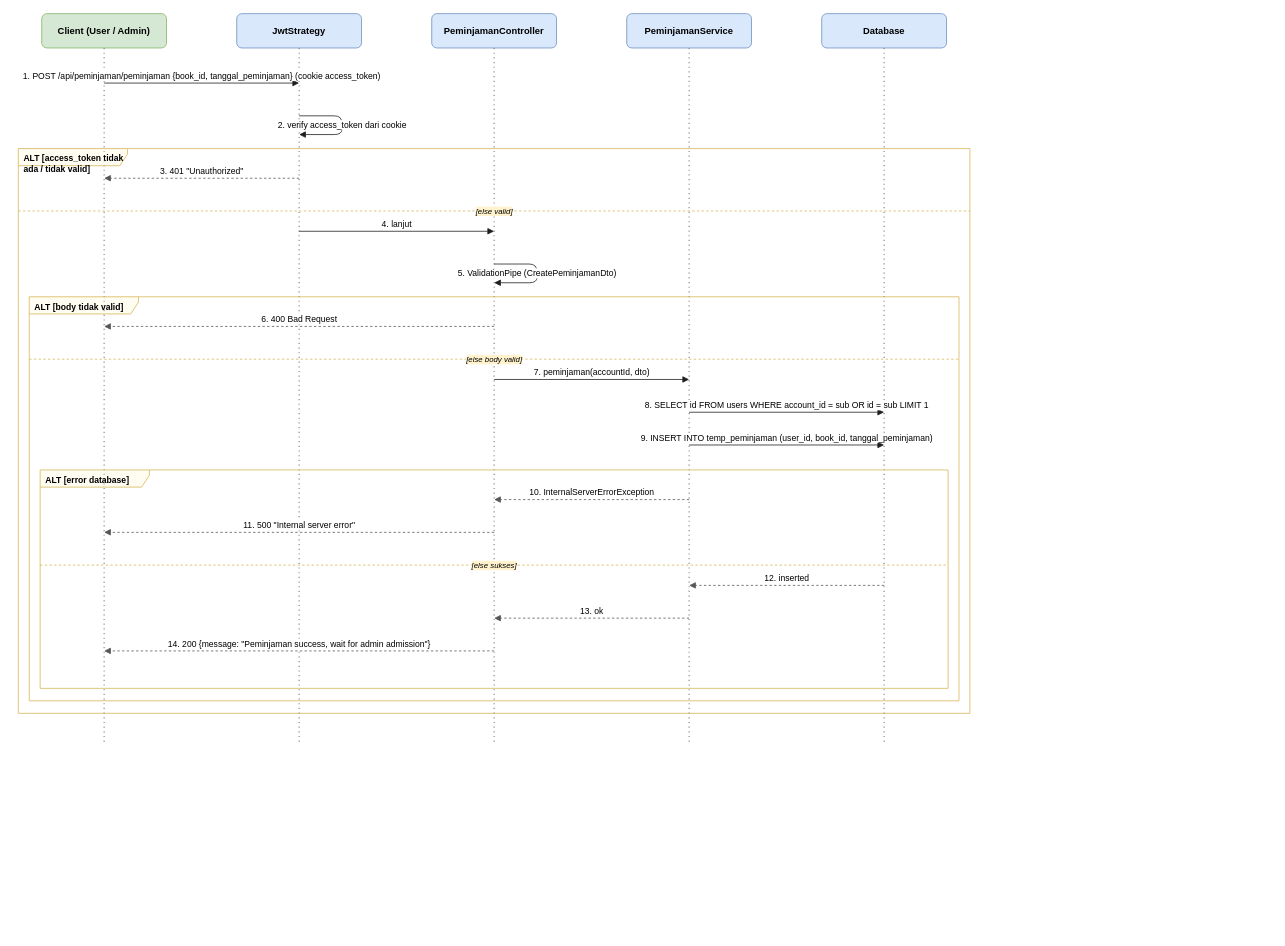
Above: docs/diagrams/sequence/sequence-peminjaman.drawio in dimstyle/ruang-baca (draw.io), before the change. Source tidied: cells renumbered, new cells numbered last; positions are measured from the earlier drawing's top-left corner, leaving out a move shared by most shapes. Both pictures are drawn from the tidied source at 78%, with x=0, y=0 at pixel (18, 13).
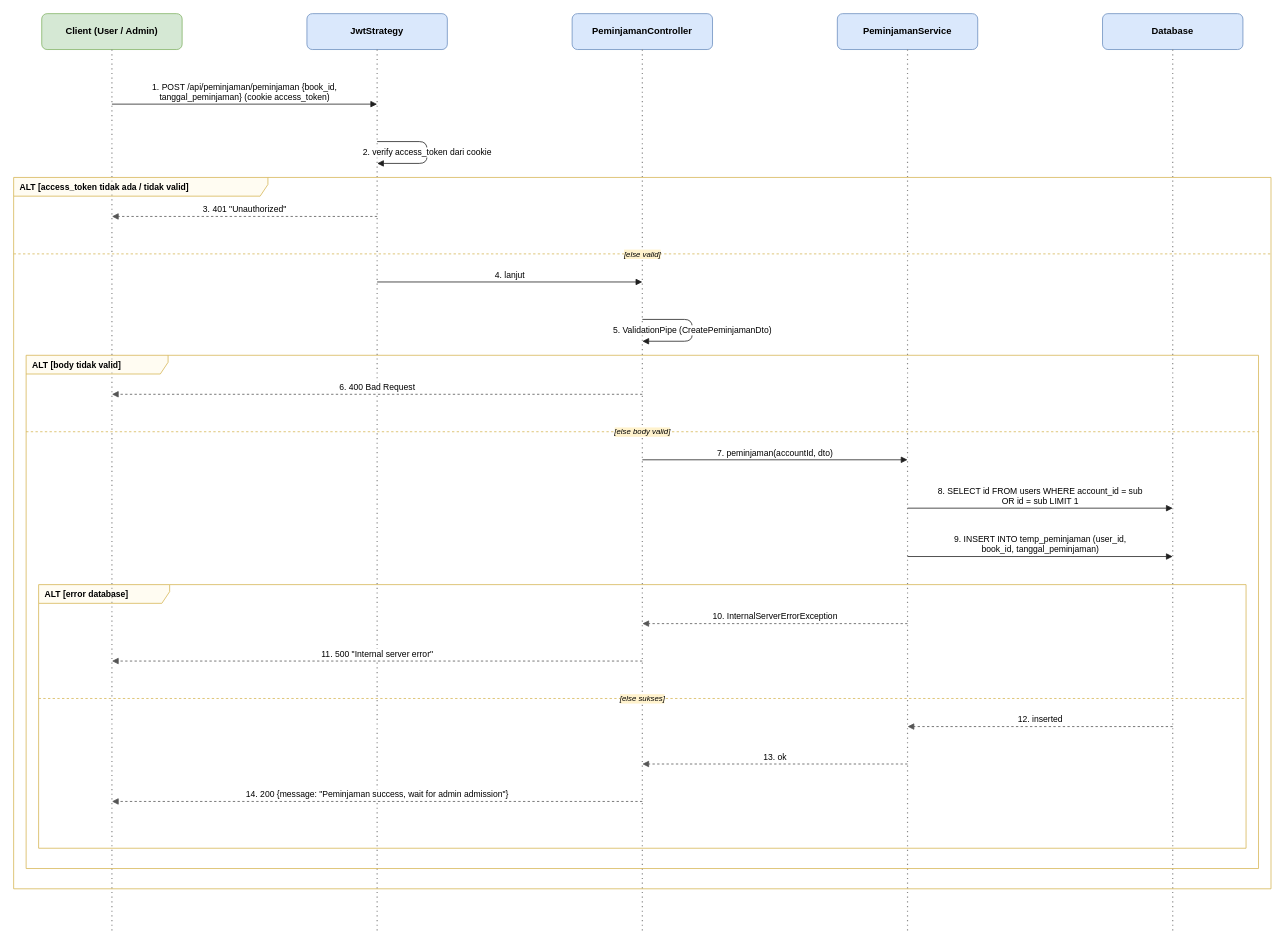
Above is the later version.

Diff of the diagram source:
```diff
@@
     <mxCell id="2" value="Client (User / Admin)" style="rounded=1;whiteSpace=wrap;html=1;fillColor=#d5e8d4;strokeColor=#82b366;fontStyle=1;fontSize=12;" parent="1" vertex="1">
-      <mxGeometry x="30" width="160" height="44" as="geometry" />
+      <mxGeometry x="30" width="180" height="46" as="geometry" />
     </mxCell>
     <mxCell id="3" style="endArrow=none;dashed=1;html=1;dashPattern=1 3;strokeWidth=1.5;strokeColor=#888888;" parent="1" edge="1">
       <mxGeometry relative="1" as="geometry">
-        <mxPoint x="110" y="44" as="sourcePoint" />
-        <mxPoint x="110" y="937" as="targetPoint" />
+        <mxPoint x="120" y="46" as="sourcePoint" />
+        <mxPoint x="120" y="1176" as="targetPoint" />
       </mxGeometry>
     </mxCell>
     <mxCell id="4" value="JwtStrategy" style="rounded=1;whiteSpace=wrap;html=1;fillColor=#dae8fc;strokeColor=#6c8ebf;fontStyle=1;fontSize=12;" parent="1" vertex="1">
-      <mxGeometry x="280" width="160" height="44" as="geometry" />
+      <mxGeometry x="370" width="180" height="46" as="geometry" />
     </mxCell>
     <mxCell id="5" style="endArrow=none;dashed=1;html=1;dashPattern=1 3;strokeWidth=1.5;strokeColor=#888888;" parent="1" edge="1">
       <mxGeometry relative="1" as="geometry">
-        <mxPoint x="360" y="44" as="sourcePoint" />
-        <mxPoint x="360" y="937" as="targetPoint" />
+        <mxPoint x="460" y="46" as="sourcePoint" />
+        <mxPoint x="460" y="1176" as="targetPoint" />
       </mxGeometry>
     </mxCell>
     <mxCell id="6" value="PeminjamanController" style="rounded=1;whiteSpace=wrap;html=1;fillColor=#dae8fc;strokeColor=#6c8ebf;fontStyle=1;fontSize=12;" parent="1" vertex="1">
-      <mxGeometry x="530" width="160" height="44" as="geometry" />
+      <mxGeometry x="710" width="180" height="46" as="geometry" />
     </mxCell>
     <mxCell id="7" style="endArrow=none;dashed=1;html=1;dashPattern=1 3;strokeWidth=1.5;strokeColor=#888888;" parent="1" edge="1">
       <mxGeometry relative="1" as="geometry">
-        <mxPoint x="610" y="44" as="sourcePoint" />
-        <mxPoint x="610" y="937" as="targetPoint" />
+        <mxPoint x="800" y="46" as="sourcePoint" />
+        <mxPoint x="800" y="1176" as="targetPoint" />
       </mxGeometry>
     </mxCell>
     <mxCell id="8" value="PeminjamanService" style="rounded=1;whiteSpace=wrap;html=1;fillColor=#dae8fc;strokeColor=#6c8ebf;fontStyle=1;fontSize=12;" parent="1" vertex="1">
-      <mxGeometry x="780" width="160" height="44" as="geometry" />
+      <mxGeometry x="1050" width="180" height="46" as="geometry" />
     </mxCell>
     <mxCell id="9" style="endArrow=none;dashed=1;html=1;dashPattern=1 3;strokeWidth=1.5;strokeColor=#888888;" parent="1" edge="1">
       <mxGeometry relative="1" as="geometry">
-        <mxPoint x="860" y="44" as="sourcePoint" />
-        <mxPoint x="860" y="937" as="targetPoint" />
+        <mxPoint x="1140" y="46" as="sourcePoint" />
+        <mxPoint x="1140" y="1176" as="targetPoint" />
       </mxGeometry>
     </mxCell>
     <mxCell id="10" value="Database" style="rounded=1;whiteSpace=wrap;html=1;fillColor=#dae8fc;strokeColor=#6c8ebf;fontStyle=1;fontSize=12;" parent="1" vertex="1">
-      <mxGeometry x="1030" width="160" height="44" as="geometry" />
+      <mxGeometry x="1390" width="180" height="46" as="geometry" />
     </mxCell>
     <mxCell id="11" style="endArrow=none;dashed=1;html=1;dashPattern=1 3;strokeWidth=1.5;strokeColor=#888888;" parent="1" edge="1">
       <mxGeometry relative="1" as="geometry">
-        <mxPoint x="1110" y="44" as="sourcePoint" />
-        <mxPoint x="1110" y="937" as="targetPoint" />
+        <mxPoint x="1480" y="46" as="sourcePoint" />
+        <mxPoint x="1480" y="1176" as="targetPoint" />
       </mxGeometry>
     </mxCell>
-    <mxCell id="12" value="ALT [error database]" style="shape=umlFrame;whiteSpace=wrap;html=1;width=140;height=22;boundedLbl=1;verticalAlign=top;align=left;spacingLeft=5;fillColor=#fff2cc;strokeColor=#d6b656;fillOpacity=25;fontSize=11;fontStyle=1;" parent="1" vertex="1">
-      <mxGeometry x="28" y="585" width="1164" height="280" as="geometry" />
+    <mxCell id="12" value="ALT [error database]" style="shape=umlFrame;whiteSpace=wrap;html=1;width=168;height=24;boundedLbl=1;verticalAlign=top;align=left;spacingLeft=6;fillColor=#fff2cc;strokeColor=#d6b656;fillOpacity=25;fontSize=11;fontStyle=1;" parent="1" vertex="1">
+      <mxGeometry x="26" y="732" width="1548" height="338" as="geometry" />
     </mxCell>
     <mxCell id="13" value="[else sukses]" style="endArrow=none;dashed=1;html=1;strokeColor=#d6b656;labelBackgroundColor=#fff2cc;fontSize=10;fontStyle=2;" parent="1" edge="1">
       <mxGeometry relative="1" as="geometry">
-        <mxPoint x="28" y="707" as="sourcePoint" />
-        <mxPoint x="1192" y="707" as="targetPoint" />
+        <mxPoint x="26" y="878" as="sourcePoint" />
+        <mxPoint x="1574" y="878" as="targetPoint" />
       </mxGeometry>
     </mxCell>
-    <mxCell id="14" value="ALT [body tidak valid]" style="shape=umlFrame;whiteSpace=wrap;html=1;width=140;height=22;boundedLbl=1;verticalAlign=top;align=left;spacingLeft=5;fillColor=#fff2cc;strokeColor=#d6b656;fillOpacity=25;fontSize=11;fontStyle=1;" parent="1" vertex="1">
-      <mxGeometry x="14" y="363" width="1192" height="518" as="geometry" />
+    <mxCell id="14" value="ALT [body tidak valid]" style="shape=umlFrame;whiteSpace=wrap;html=1;width=182;height=24;boundedLbl=1;verticalAlign=top;align=left;spacingLeft=6;fillColor=#fff2cc;strokeColor=#d6b656;fillOpacity=25;fontSize=11;fontStyle=1;" parent="1" vertex="1">
+      <mxGeometry x="10" y="438" width="1580" height="658" as="geometry" />
     </mxCell>
     <mxCell id="15" value="[else body valid]" style="endArrow=none;dashed=1;html=1;strokeColor=#d6b656;labelBackgroundColor=#fff2cc;fontSize=10;fontStyle=2;" parent="1" edge="1">
       <mxGeometry relative="1" as="geometry">
-        <mxPoint x="14" y="443" as="sourcePoint" />
-        <mxPoint x="1206" y="443" as="targetPoint" />
+        <mxPoint x="10" y="536" as="sourcePoint" />
+        <mxPoint x="1590" y="536" as="targetPoint" />
       </mxGeometry>
     </mxCell>
-    <mxCell id="16" value="ALT [access_token tidak ada / tidak valid]" style="shape=umlFrame;whiteSpace=wrap;html=1;width=140;height=22;boundedLbl=1;verticalAlign=top;align=left;spacingLeft=5;fillColor=#fff2cc;strokeColor=#d6b656;fillOpacity=25;fontSize=11;fontStyle=1;" parent="1" vertex="1">
-      <mxGeometry y="173" width="1220" height="724" as="geometry" />
+    <mxCell id="16" value="ALT [access_token tidak ada / tidak valid]" style="shape=umlFrame;whiteSpace=wrap;html=1;width=326;height=24;boundedLbl=1;verticalAlign=top;align=left;spacingLeft=6;fillColor=#fff2cc;strokeColor=#d6b656;fillOpacity=25;fontSize=11;fontStyle=1;" parent="1" vertex="1">
+      <mxGeometry x="-6" y="210" width="1612" height="912" as="geometry" />
     </mxCell>
     <mxCell id="17" value="[else valid]" style="endArrow=none;dashed=1;html=1;strokeColor=#d6b656;labelBackgroundColor=#fff2cc;fontSize=10;fontStyle=2;" parent="1" edge="1">
       <mxGeometry relative="1" as="geometry">
-        <mxPoint y="253" as="sourcePoint" />
-        <mxPoint x="1220" y="253" as="targetPoint" />
+        <mxPoint x="-6" y="308" as="sourcePoint" />
+        <mxPoint x="1606" y="308" as="targetPoint" />
       </mxGeometry>
     </mxCell>
-    <mxCell id="18" value="1. POST /api/peminjaman/peminjaman {book_id, tanggal_peminjaman} (cookie access_token)" style="html=1;verticalAlign=bottom;endArrow=block;endFill=1;strokeColor=#1F1F1F;fontSize=11;labelBackgroundColor=#ffffff;" parent="1" edge="1">
+    <mxCell id="18" value="1. POST /api/peminjaman/peminjaman {book_id,&lt;br/&gt;tanggal_peminjaman} (cookie access_token)" style="html=1;verticalAlign=bottom;endArrow=block;endFill=1;strokeColor=#1F1F1F;fontSize=11;labelBackgroundColor=#ffffff;" parent="1" edge="1">
       <mxGeometry relative="1" as="geometry">
-        <mxPoint x="110" y="89" as="sourcePoint" />
-        <mxPoint x="360" y="89" as="targetPoint" />
+        <mxPoint x="120" y="116" as="sourcePoint" />
+        <mxPoint x="460" y="116" as="targetPoint" />
       </mxGeometry>
     </mxCell>
     <mxCell id="19" value="2. verify access_token dari cookie" style="edgeStyle=orthogonalEdgeStyle;rounded=1;html=1;endArrow=block;endFill=1;strokeColor=#1F1F1F;fontSize=11;labelBackgroundColor=#ffffff;" parent="1" edge="1">
       <mxGeometry relative="1" as="geometry">
-        <mxPoint x="360" y="131" as="sourcePoint" />
-        <mxPoint x="360" y="155" as="targetPoint" />
+        <mxPoint x="460" y="164" as="sourcePoint" />
+        <mxPoint x="460" y="192" as="targetPoint" />
         <Array as="points">
-          <mxPoint x="415" y="131" />
-          <mxPoint x="415" y="155" />
+          <mxPoint x="524" y="164" />
+          <mxPoint x="524" y="192" />
         </Array>
       </mxGeometry>
     </mxCell>
     <mxCell id="20" value="3. 401 &quot;Unauthorized&quot;" style="html=1;verticalAlign=bottom;endArrow=block;endFill=1;dashed=1;strokeColor=#555555;fontSize=11;labelBackgroundColor=#ffffff;" parent="1" edge="1">
       <mxGeometry relative="1" as="geometry">
-        <mxPoint x="360" y="211" as="sourcePoint" />
-        <mxPoint x="110" y="211" as="targetPoint" />
+        <mxPoint x="460" y="260" as="sourcePoint" />
+        <mxPoint x="120" y="260" as="targetPoint" />
       </mxGeometry>
     </mxCell>
     <mxCell id="21" value="4. lanjut" style="html=1;verticalAlign=bottom;endArrow=block;endFill=1;strokeColor=#1F1F1F;fontSize=11;labelBackgroundColor=#ffffff;" parent="1" edge="1">
       <mxGeometry relative="1" as="geometry">
-        <mxPoint x="360" y="279" as="sourcePoint" />
-        <mxPoint x="610" y="279" as="targetPoint" />
+        <mxPoint x="460" y="344" as="sourcePoint" />
+        <mxPoint x="800" y="344" as="targetPoint" />
       </mxGeometry>
     </mxCell>
     <mxCell id="22" value="5. ValidationPipe (CreatePeminjamanDto)" style="edgeStyle=orthogonalEdgeStyle;rounded=1;html=1;endArrow=block;endFill=1;strokeColor=#1F1F1F;fontSize=11;labelBackgroundColor=#ffffff;" parent="1" edge="1">
       <mxGeometry relative="1" as="geometry">
-        <mxPoint x="610" y="321" as="sourcePoint" />
-        <mxPoint x="610" y="345" as="targetPoint" />
+        <mxPoint x="800" y="392" as="sourcePoint" />
+        <mxPoint x="800" y="420" as="targetPoint" />
         <Array as="points">
-          <mxPoint x="665" y="321" />
-          <mxPoint x="665" y="345" />
+          <mxPoint x="864" y="392" />
+          <mxPoint x="864" y="420" />
         </Array>
       </mxGeometry>
     </mxCell>
     <mxCell id="23" value="6. 400 Bad Request" style="html=1;verticalAlign=bottom;endArrow=block;endFill=1;dashed=1;strokeColor=#555555;fontSize=11;labelBackgroundColor=#ffffff;" parent="1" edge="1">
       <mxGeometry relative="1" as="geometry">
-        <mxPoint x="610" y="401" as="sourcePoint" />
-        <mxPoint x="110" y="401" as="targetPoint" />
+        <mxPoint x="800" y="488" as="sourcePoint" />
+        <mxPoint x="120" y="488" as="targetPoint" />
       </mxGeometry>
     </mxCell>
     <mxCell id="24" value="7. peminjaman(accountId, dto)" style="html=1;verticalAlign=bottom;endArrow=block;endFill=1;strokeColor=#1F1F1F;fontSize=11;labelBackgroundColor=#ffffff;" parent="1" edge="1">
       <mxGeometry relative="1" as="geometry">
-        <mxPoint x="610" y="469" as="sourcePoint" />
-        <mxPoint x="860" y="469" as="targetPoint" />
+        <mxPoint x="800" y="572" as="sourcePoint" />
+        <mxPoint x="1140" y="572" as="targetPoint" />
       </mxGeometry>
     </mxCell>
-    <mxCell id="25" value="8. SELECT id FROM users WHERE account_id = sub OR id = sub LIMIT 1" style="html=1;verticalAlign=bottom;endArrow=block;endFill=1;strokeColor=#1F1F1F;fontSize=11;labelBackgroundColor=#ffffff;" parent="1" edge="1">
+    <mxCell id="25" value="8. SELECT id FROM users WHERE account_id = sub&lt;br/&gt;OR id = sub LIMIT 1" style="html=1;verticalAlign=bottom;endArrow=block;endFill=1;strokeColor=#1F1F1F;fontSize=11;labelBackgroundColor=#ffffff;" parent="1" edge="1">
       <mxGeometry relative="1" as="geometry">
-        <mxPoint x="860" y="511" as="sourcePoint" />
-        <mxPoint x="1110" y="511" as="targetPoint" />
+        <mxPoint x="1140" y="634" as="sourcePoint" />
+        <mxPoint x="1480" y="634" as="targetPoint" />
       </mxGeometry>
     </mxCell>
-    <mxCell id="26" value="9. INSERT INTO temp_peminjaman (user_id, book_id, tanggal_peminjaman)" style="html=1;verticalAlign=bottom;endArrow=block;endFill=1;strokeColor=#1F1F1F;fontSize=11;labelBackgroundColor=#ffffff;" parent="1" edge="1">
+    <mxCell id="26" value="9. INSERT INTO temp_peminjaman (user_id,&lt;br/&gt;book_id, tanggal_peminjaman)" style="html=1;verticalAlign=bottom;endArrow=block;endFill=1;strokeColor=#1F1F1F;fontSize=11;labelBackgroundColor=#ffffff;" parent="1" edge="1">
       <mxGeometry relative="1" as="geometry">
-        <mxPoint x="860" y="553" as="sourcePoint" />
-        <mxPoint x="1110" y="553" as="targetPoint" />
+        <mxPoint x="1140" y="696" as="sourcePoint" />
+        <mxPoint x="1480" y="696" as="targetPoint" />
       </mxGeometry>
     </mxCell>
     <mxCell id="27" value="10. InternalServerErrorException" style="html=1;verticalAlign=bottom;endArrow=block;endFill=1;dashed=1;strokeColor=#555555;fontSize=11;labelBackgroundColor=#ffffff;" parent="1" edge="1">
       <mxGeometry relative="1" as="geometry">
-        <mxPoint x="860" y="623" as="sourcePoint" />
-        <mxPoint x="610" y="623" as="targetPoint" />
+        <mxPoint x="1140" y="782" as="sourcePoint" />
+        <mxPoint x="800" y="782" as="targetPoint" />
       </mxGeometry>
     </mxCell>
     <mxCell id="28" value="11. 500 &quot;Internal server error&quot;" style="html=1;verticalAlign=bottom;endArrow=block;endFill=1;dashed=1;strokeColor=#555555;fontSize=11;labelBackgroundColor=#ffffff;" parent="1" edge="1">
       <mxGeometry relative="1" as="geometry">
-        <mxPoint x="610" y="665" as="sourcePoint" />
-        <mxPoint x="110" y="665" as="targetPoint" />
+        <mxPoint x="800" y="830" as="sourcePoint" />
+        <mxPoint x="120" y="830" as="targetPoint" />
       </mxGeometry>
     </mxCell>
     <mxCell id="29" value="12. inserted" style="html=1;verticalAlign=bottom;endArrow=block;endFill=1;dashed=1;strokeColor=#555555;fontSize=11;labelBackgroundColor=#ffffff;" parent="1" edge="1">
       <mxGeometry relative="1" as="geometry">
-        <mxPoint x="1110" y="733" as="sourcePoint" />
-        <mxPoint x="860" y="733" as="targetPoint" />
+        <mxPoint x="1480" y="914" as="sourcePoint" />
+        <mxPoint x="1140" y="914" as="targetPoint" />
       </mxGeometry>
     </mxCell>
     <mxCell id="30" value="13. ok" style="html=1;verticalAlign=bottom;endArrow=block;endFill=1;dashed=1;strokeColor=#555555;fontSize=11;labelBackgroundColor=#ffffff;" parent="1" edge="1">
       <mxGeometry relative="1" as="geometry">
-        <mxPoint x="860" y="775" as="sourcePoint" />
-        <mxPoint x="610" y="775" as="targetPoint" />
+        <mxPoint x="1140" y="962" as="sourcePoint" />
+        <mxPoint x="800" y="962" as="targetPoint" />
       </mxGeometry>
     </mxCell>
     <mxCell id="31" value="14. 200 {message: &quot;Peminjaman success, wait for admin admission&quot;}" style="html=1;verticalAlign=bottom;endArrow=block;endFill=1;dashed=1;strokeColor=#555555;fontSize=11;labelBackgroundColor=#ffffff;" parent="1" edge="1">
       <mxGeometry relative="1" as="geometry">
-        <mxPoint x="610" y="817" as="sourcePoint" />
-        <mxPoint x="110" y="817" as="targetPoint" />
+        <mxPoint x="800" y="1010" as="sourcePoint" />
+        <mxPoint x="120" y="1010" as="targetPoint" />
       </mxGeometry>
     </mxCell>
```
